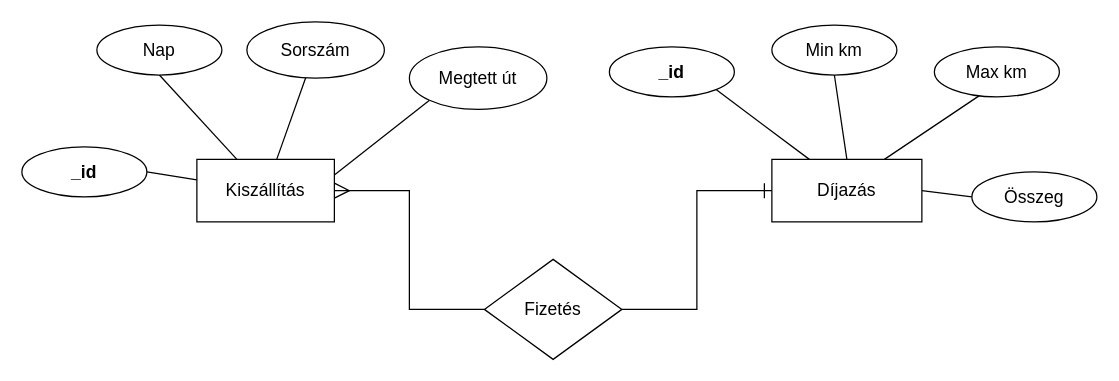
Above: Futár ER-modell.drawio in 14A-A-Lyedlik-Devs/futar-docs (draw.io), before the change. Source tidied: cells renumbered, new cells numbered last; positions are measured from the earlier drawing's top-left corner, leaving out a move shared by most shapes. Both pictures are drawn from the tidied source at 125%, with x=0, y=0 at pixel (21, 21).
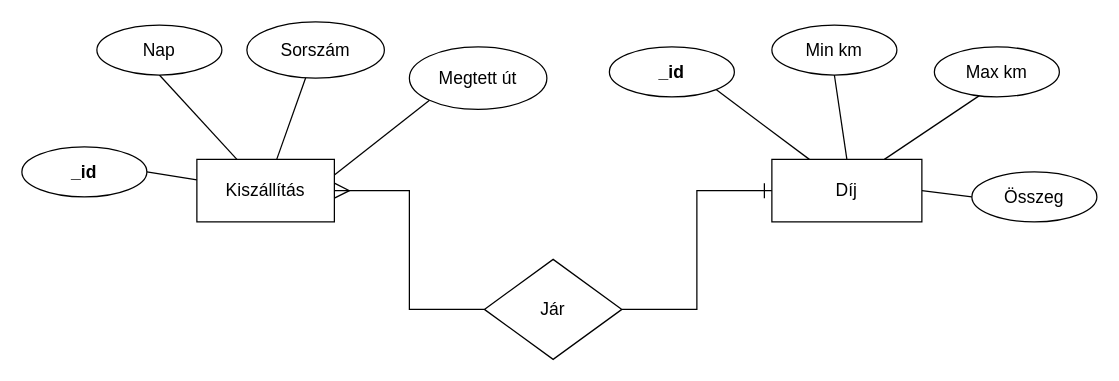
The same diagram, later.

Commit message (it also covers changes not shown here):
ER modell mezők frissítése

The edit, as a diff of the source:
```diff
@@
-    <mxCell id="15" value="&lt;font style=&quot;font-size: 14px;&quot;&gt;Díjazás&lt;/font&gt;" style="rounded=0;whiteSpace=wrap;html=1;" parent="1" vertex="1">
+    <mxCell id="15" value="&lt;span style=&quot;font-size: 14px;&quot;&gt;Díj&lt;/span&gt;" style="rounded=0;whiteSpace=wrap;html=1;" parent="1" vertex="1">
       <mxGeometry x="600" y="110" width="120" height="50" as="geometry" />
     </mxCell>
@@
-    <mxCell id="17" value="&lt;font style=&quot;font-size: 14px;&quot;&gt;Fizetés&lt;/font&gt;" style="rhombus;whiteSpace=wrap;html=1;" parent="1" vertex="1">
+    <mxCell id="17" value="&lt;font style=&quot;font-size: 14px;&quot;&gt;Jár&lt;/font&gt;" style="rhombus;whiteSpace=wrap;html=1;" parent="1" vertex="1">
       <mxGeometry x="370" y="190" width="110" height="80" as="geometry" />
     </mxCell>
```
